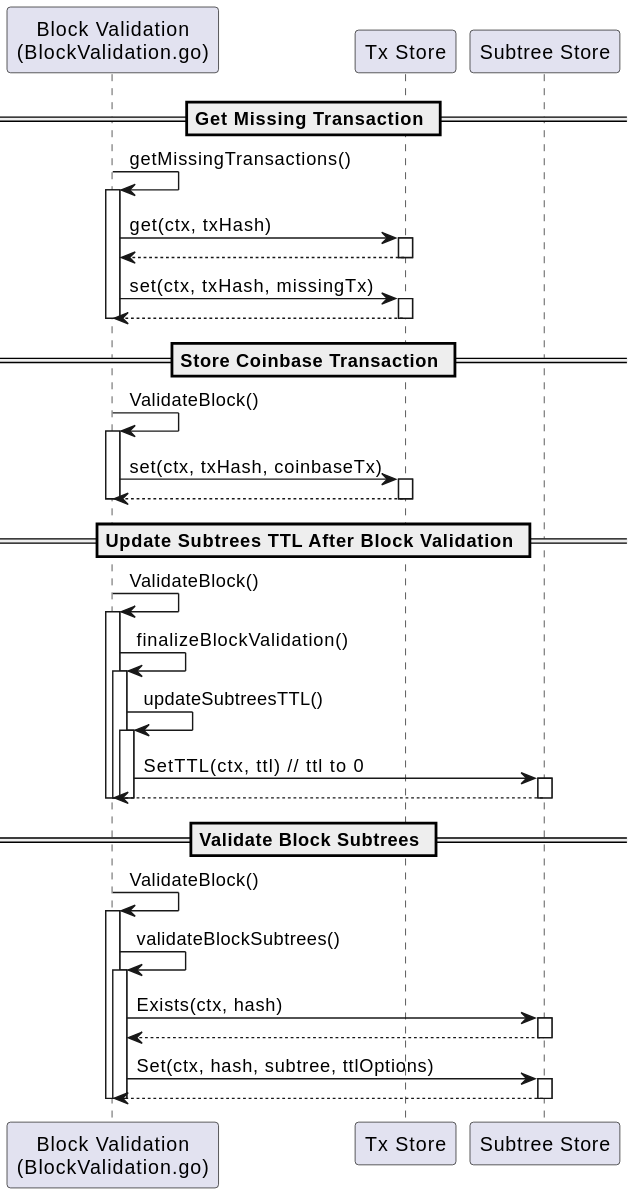
Above: docs/services/img/plantuml/blobserver/blob_server_block_validation.svg in freemans13/teranode (PlantUML), before the change. Its source is kept beside it as docs/services/img/plantuml/blobserver/blob_server_block_validation.puml. The source it was exported from:
```plantuml
@startuml
participant "Block Validation\n(BlockValidation.go)" as BlockValidation
participant "Tx Store" as TxStore
participant "Subtree Store" as SubtreeStore

== Get Missing Transaction ==
BlockValidation -> BlockValidation : getMissingTransactions()
activate BlockValidation
BlockValidation -> TxStore : get(ctx, txHash)
activate TxStore
TxStore --> BlockValidation
deactivate TxStore
BlockValidation -> TxStore : set(ctx, txHash, missingTx)
activate TxStore
TxStore --> BlockValidation
deactivate TxStore
deactivate BlockValidation

== Store Coinbase Transaction ==
BlockValidation -> BlockValidation : ValidateBlock()
activate BlockValidation

BlockValidation -> TxStore : set(ctx, txHash, coinbaseTx)
activate TxStore
TxStore --> BlockValidation
deactivate TxStore
deactivate BlockValidation

== Update Subtrees TTL After Block Validation ==
BlockValidation -> BlockValidation : ValidateBlock()
activate BlockValidation
BlockValidation -> BlockValidation : finalizeBlockValidation()
activate BlockValidation
BlockValidation -> BlockValidation : updateSubtreesTTL()
activate BlockValidation
BlockValidation -> SubtreeStore : SetTTL(ctx, ttl) // ttl to 0
activate SubtreeStore
SubtreeStore --> BlockValidation
deactivate SubtreeStore
deactivate BlockValidation
deactivate BlockValidation
deactivate BlockValidation

== Validate Block Subtrees ==
BlockValidation -> BlockValidation : ValidateBlock()
activate BlockValidation
BlockValidation -> BlockValidation : validateBlockSubtrees()
activate BlockValidation
BlockValidation -> SubtreeStore : Exists(ctx, hash)
activate SubtreeStore
SubtreeStore --> BlockValidation
deactivate SubtreeStore
BlockValidation -> SubtreeStore : Set(ctx, hash, subtree, ttlOptions)
activate SubtreeStore
SubtreeStore --> BlockValidation
deactivate SubtreeStore
deactivate BlockValidation
deactivate BlockValidation



@enduml
```
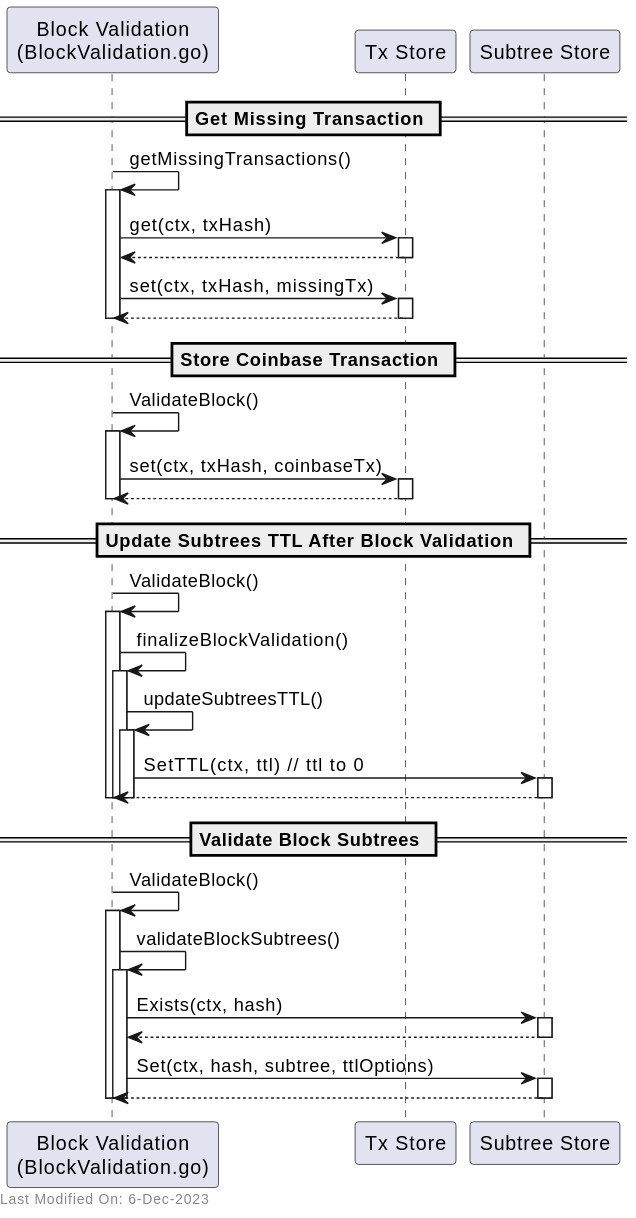
Later version of the same file.

The edit, as a diff of the source:
```diff
@@ -57,6 +57,6 @@
 deactivate BlockValidation
 deactivate BlockValidation
 
-
+left footer Last Modified On: 6-Dec-2023
 
 @enduml
```
